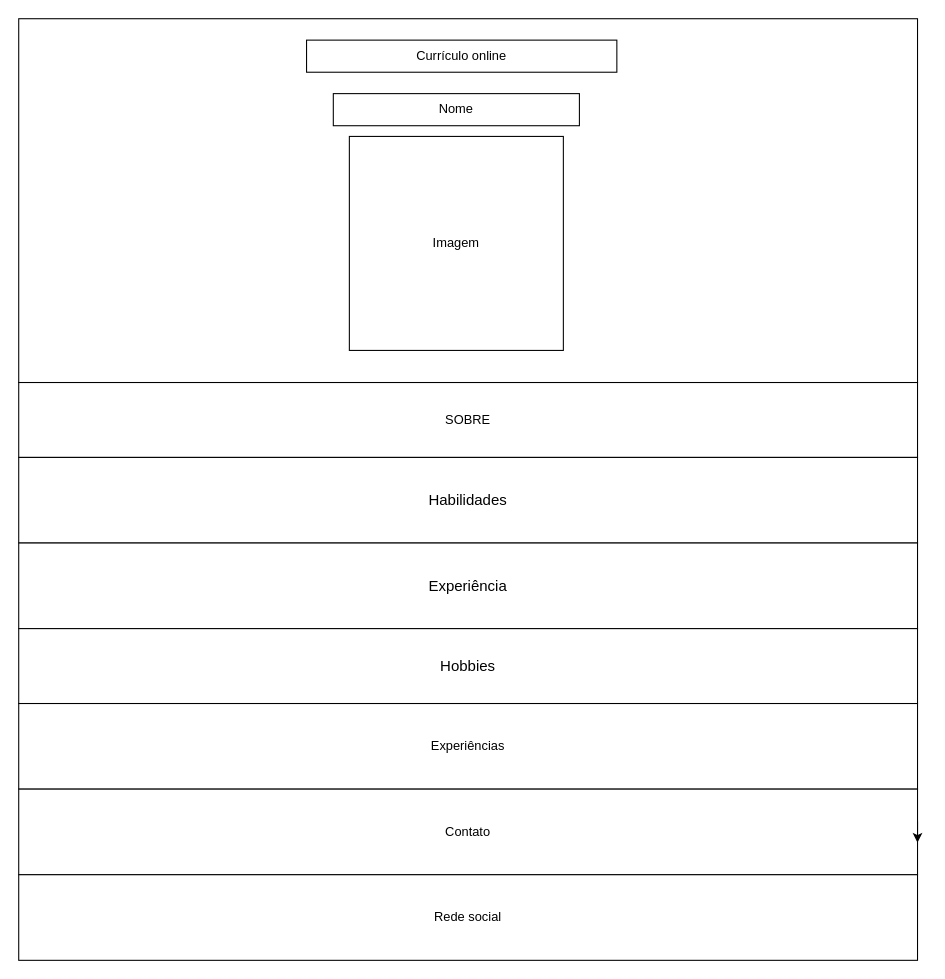
Before: wireframe.drawio in lucafxp01/Portfolio, a draw.io diagram. Source tidied: cells renumbered, new cells numbered last; positions are measured from the earlier drawing's top-left corner, leaving out a move shared by most shapes. Both pictures are drawn from the tidied source at 107%, with x=0, y=0 at pixel (18, 18).
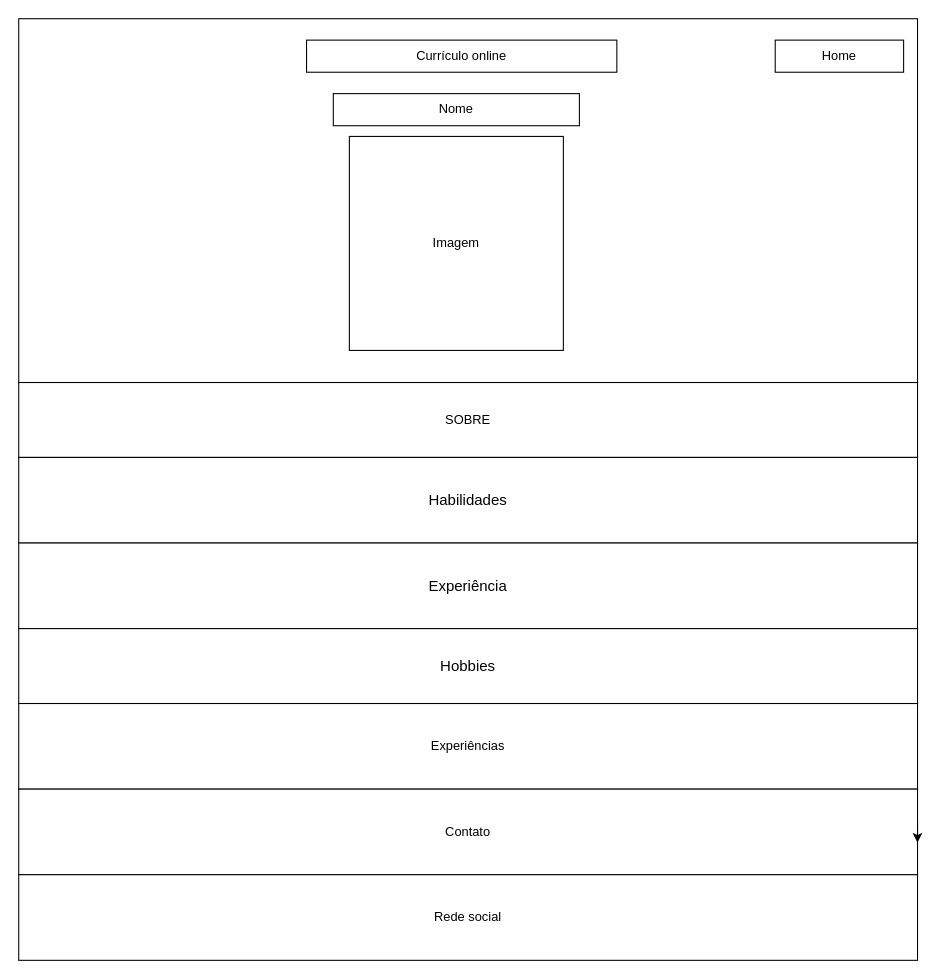
The same diagram, later.

Change to the diagram source:
```diff
@@
 <mxGraphModel>
   <root>
     <mxCell id="0" />
     <mxCell id="1" parent="0" />
     <mxCell id="2" style="rounded=0;whiteSpace=wrap;html=1;fontStyle=0;" parent="1" vertex="1">
       <mxGeometry width="840" height="340" as="geometry" />
     </mxCell>
     <mxCell id="3" value="Imagem" style="whiteSpace=wrap;html=1;" parent="1" vertex="1">
       <mxGeometry x="309" y="110" width="200" height="200" as="geometry" />
     </mxCell>
     <mxCell id="4" value="Nome" style="rounded=0;whiteSpace=wrap;html=1;" parent="1" vertex="1">
       <mxGeometry x="294" y="70" width="230" height="30" as="geometry" />
     </mxCell>
     <mxCell id="5" value="SOBRE" style="rounded=0;whiteSpace=wrap;html=1;" parent="1" vertex="1">
       <mxGeometry y="340" width="840" height="70" as="geometry" />
     </mxCell>
     <mxCell id="6" value="&lt;font style=&quot;font-size: 14px;&quot;&gt;Habilidades&lt;/font&gt;" style="rounded=0;whiteSpace=wrap;html=1;" parent="1" vertex="1">
       <mxGeometry y="410" width="840" height="80" as="geometry" />
     </mxCell>
     <mxCell id="7" value="&lt;font style=&quot;font-size: 14px;&quot;&gt;Experiência&lt;/font&gt;" style="rounded=0;whiteSpace=wrap;html=1;" parent="1" vertex="1">
       <mxGeometry y="490" width="840" height="80" as="geometry" />
     </mxCell>
     <mxCell id="8" value="&lt;font style=&quot;font-size: 14px;&quot;&gt;Hobbies&lt;/font&gt;" style="rounded=0;whiteSpace=wrap;html=1;" parent="1" vertex="1">
       <mxGeometry y="570" width="840" height="70" as="geometry" />
     </mxCell>
     <mxCell id="9" value="Experiências" style="rounded=0;whiteSpace=wrap;html=1;" parent="1" vertex="1">
       <mxGeometry y="640" width="840" height="80" as="geometry" />
     </mxCell>
     <mxCell id="10" value="Contato" style="rounded=0;whiteSpace=wrap;html=1;" parent="1" vertex="1">
       <mxGeometry y="720" width="840" height="80" as="geometry" />
     </mxCell>
     <mxCell id="11" value="Rede social" style="rounded=0;whiteSpace=wrap;html=1;" parent="1" vertex="1">
       <mxGeometry y="800" width="840" height="80" as="geometry" />
     </mxCell>
     <mxCell id="12" style="edgeStyle=orthogonalEdgeStyle;rounded=0;orthogonalLoop=1;jettySize=auto;html=1;" parent="1" edge="1">
       <mxGeometry relative="1" as="geometry">
         <mxPoint x="840" y="750" as="sourcePoint" />
         <mxPoint x="840" y="770" as="targetPoint" />
       </mxGeometry>
     </mxCell>
     <mxCell id="13" value="Currículo online" style="rounded=0;whiteSpace=wrap;html=1;" parent="1" vertex="1">
       <mxGeometry x="269" y="20" width="290" height="30" as="geometry" />
     </mxCell>
+    <mxCell id="14" value="Home" style="rounded=0;whiteSpace=wrap;html=1;" parent="1" vertex="1">
+      <mxGeometry x="707" y="20" width="120" height="30" as="geometry" />
+    </mxCell>
   </root>
 </mxGraphModel>
```
